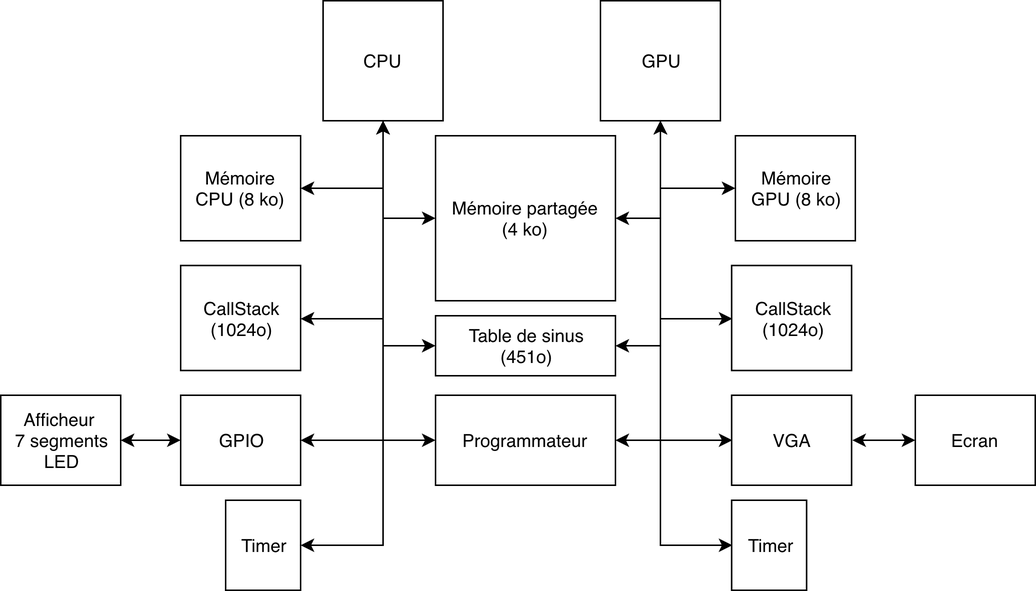
Before: doc/schema_and_logo/procexeirbArchiVHDL.png, a diagram exported from draw.io (Devdevdavid/ProceXeirb). Source tidied: cells renumbered, new cells last; positions are measured from the earlier drawing's top-left corner, leaving out a move shared by most shapes.
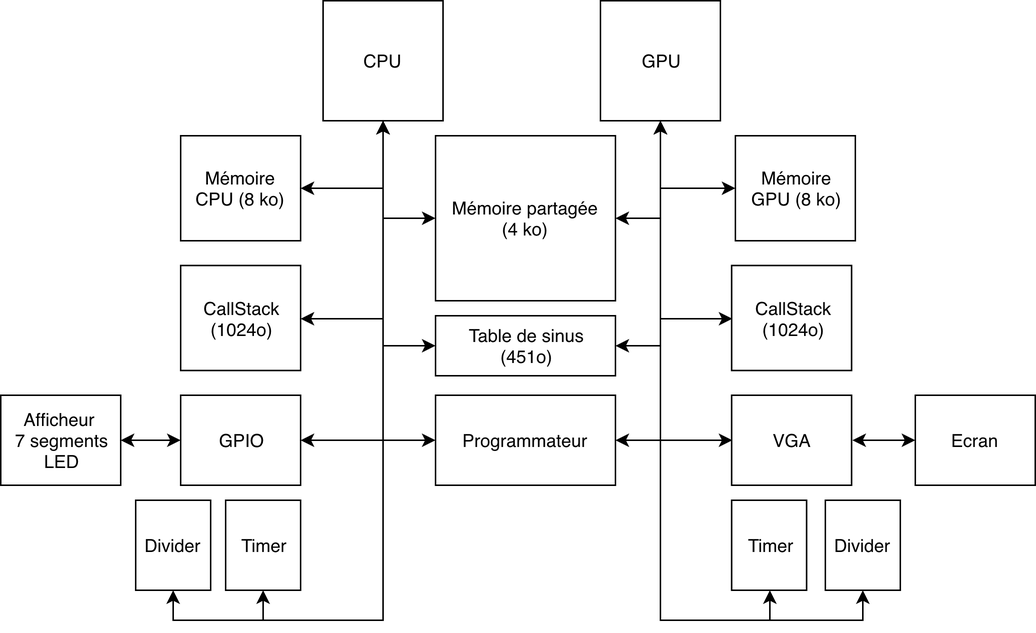
The same file after the commit.

What changed in the source:
```diff
@@ -8,9 +8,12 @@
     <mxCell id="3" style="edgeStyle=orthogonalEdgeStyle;rounded=0;jettySize=auto;html=1;exitX=0.5;exitY=1;exitDx=0;exitDy=0;entryX=1;entryY=0.5;entryDx=0;entryDy=0;" parent="1" edge="1" source="5" target="32">
       <mxGeometry relative="1" as="geometry" />
     </mxCell>
-    <mxCell id="4" style="edgeStyle=orthogonalEdgeStyle;rounded=0;jettySize=auto;html=1;exitX=0.5;exitY=1;exitDx=0;exitDy=0;entryX=1;entryY=0.5;entryDx=0;entryDy=0;" parent="1" edge="1" source="5" target="29">
+    <mxCell id="4" style="edgeStyle=orthogonalEdgeStyle;rounded=0;jettySize=auto;html=1;exitX=0.5;exitY=1;exitDx=0;exitDy=0;entryX=0.5;entryY=1;entryDx=0;entryDy=0;" parent="1" edge="1" source="5" target="29">
       <mxGeometry relative="1" as="geometry" />
     </mxCell>
+    <mxCell id="34" style="edgeStyle=orthogonalEdgeStyle;rounded=0;jettySize=auto;html=1;exitX=0.5;exitY=1;exitDx=0;exitDy=0;entryX=0.5;entryY=1;entryDx=0;entryDy=0;" parent="1" edge="1" source="5" target="36">
+      <mxGeometry relative="1" as="geometry" />
+    </mxCell>
     <mxCell id="5" value="CPU" style="rounded=0;whiteSpace=wrap;html=1;" parent="1" vertex="1">
       <mxGeometry x="215" width="80" height="80" as="geometry" />
     </mxCell>
@@ -20,9 +23,12 @@
     <mxCell id="7" style="edgeStyle=orthogonalEdgeStyle;rounded=0;jettySize=auto;html=1;exitX=0.5;exitY=1;exitDx=0;exitDy=0;entryX=0;entryY=0.5;entryDx=0;entryDy=0;" parent="1" edge="1" source="9" target="33">
       <mxGeometry relative="1" as="geometry" />
     </mxCell>
-    <mxCell id="8" style="edgeStyle=orthogonalEdgeStyle;rounded=0;jettySize=auto;html=1;exitX=0.5;exitY=1;exitDx=0;exitDy=0;entryX=0;entryY=0.5;entryDx=0;entryDy=0;" parent="1" edge="1" source="9" target="30">
+    <mxCell id="8" style="edgeStyle=orthogonalEdgeStyle;rounded=0;jettySize=auto;html=1;exitX=0.5;exitY=1;exitDx=0;exitDy=0;entryX=0.5;entryY=1;entryDx=0;entryDy=0;" parent="1" edge="1" source="9" target="30">
       <mxGeometry relative="1" as="geometry" />
     </mxCell>
+    <mxCell id="35" style="edgeStyle=orthogonalEdgeStyle;rounded=0;jettySize=auto;html=1;exitX=0.5;exitY=1;exitDx=0;exitDy=0;entryX=0.5;entryY=1;entryDx=0;entryDy=0;" parent="1" edge="1" source="9" target="37">
+      <mxGeometry relative="1" as="geometry" />
+    </mxCell>
     <mxCell id="9" value="GPU" style="rounded=0;whiteSpace=wrap;html=1;" parent="1" vertex="1">
       <mxGeometry x="400" width="80" height="80" as="geometry" />
     </mxCell>
@@ -100,5 +106,11 @@
     <mxCell id="33" value="CallStack&lt;br&gt;(1024o)&lt;br&gt;" style="rounded=0;whiteSpace=wrap;html=1;" parent="1" vertex="1">
       <mxGeometry x="487.5" y="176.5" width="80" height="70" as="geometry" />
     </mxCell>
+    <mxCell id="36" value="Divider&lt;br&gt;" style="rounded=0;whiteSpace=wrap;html=1;" parent="1" vertex="1">
+      <mxGeometry x="90" y="333" width="50" height="60" as="geometry" />
+    </mxCell>
+    <mxCell id="37" value="Divider&lt;br&gt;" style="rounded=0;whiteSpace=wrap;html=1;" parent="1" vertex="1">
+      <mxGeometry x="550" y="333" width="50" height="60" as="geometry" />
+    </mxCell>
   </root>
 </mxGraphModel>
```
